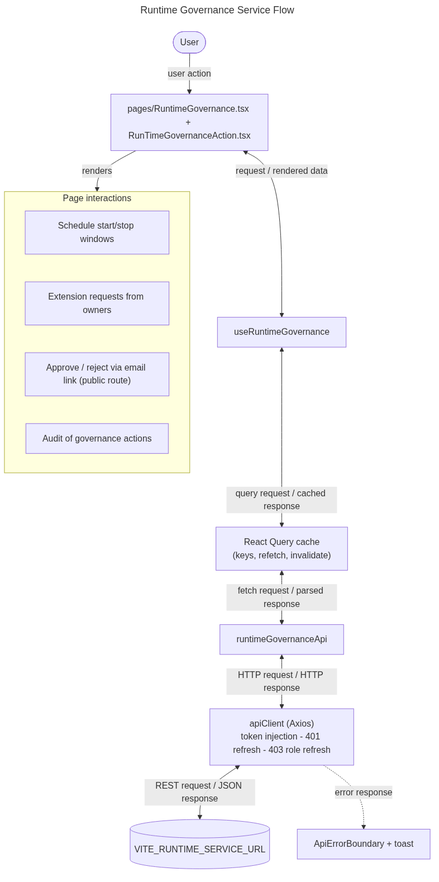
sayeeduddinofficial/user-table-view keeps this Mermaid diagram as docs/flowcharts/png/runtime-governance.png. Above is the earlier version. Its source is kept beside it as docs/flowcharts/runtime-governance.mmd. Source of this version:
```mermaid
---
title: Runtime Governance Service Flow
---
flowchart TD
  U([User]) -->|"user action"| P["pages/RuntimeGovernance.tsx + RunTimeGovernanceAction.tsx"]
  P <-->|"request / rendered data"| H["useRuntimeGovernance"]
  H <-->|"query request / cached response"| Q["React Query cache<br/>(keys, refetch, invalidate)"]
  Q <-->|"fetch request / parsed response"| A["runtimeGovernanceApi"]
  A <-->|"HTTP request / HTTP response"| C["apiClient (Axios)<br/>token injection - 401 refresh - 403 role refresh"]
  C <-->|"REST request / JSON response"| S[("VITE_RUNTIME_SERVICE_URL")]
  P -->|"renders"| UI
  subgraph UI[Page interactions]
    S0["Schedule start/stop windows"]
    S1["Extension requests from owners"]
    S2["Approve / reject via email link (public route)"]
    S3["Audit of governance actions"]
  end
  C -. "error response" .-> E["ApiErrorBoundary + toast"]
```
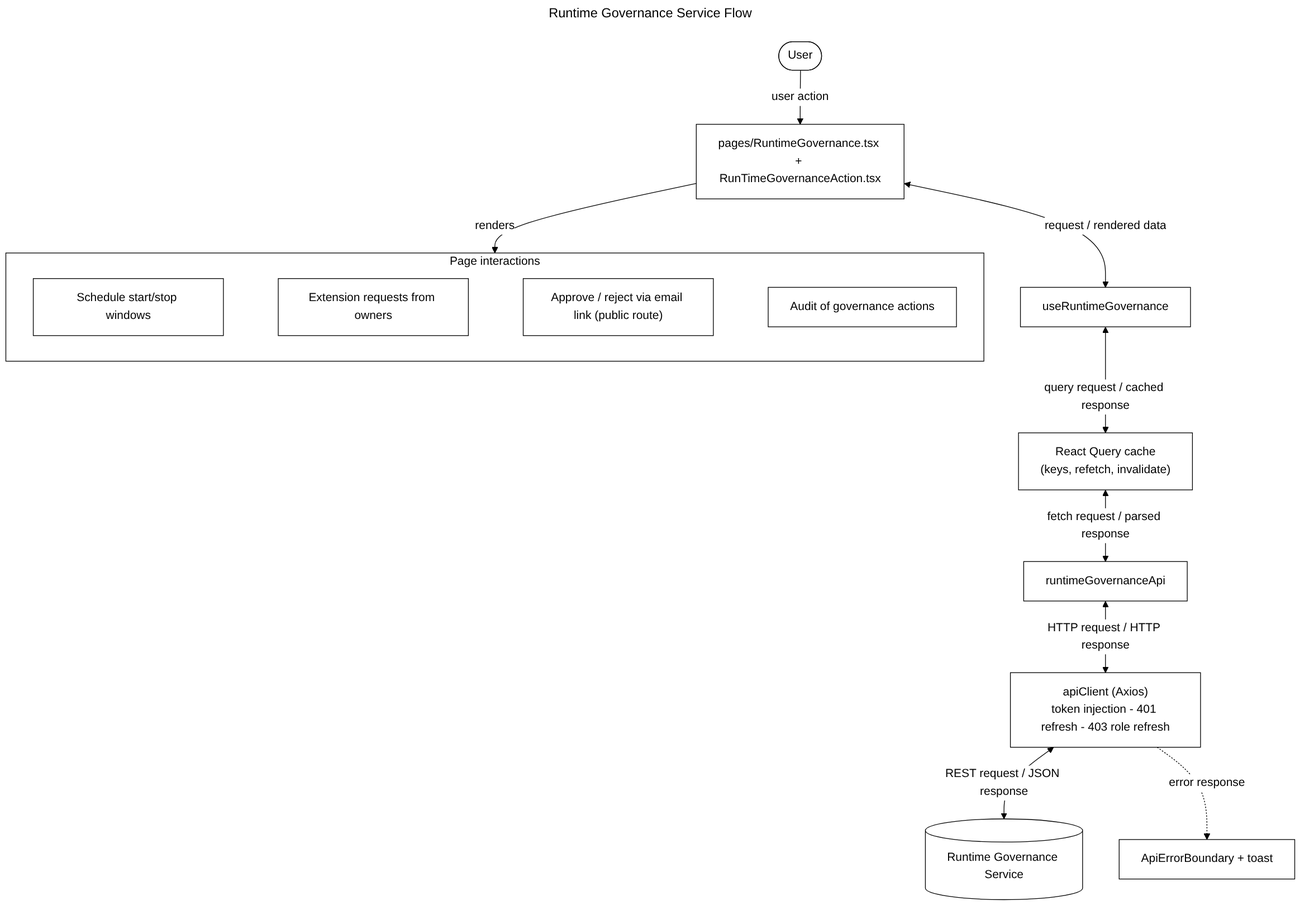
Later version of the same file.

Diff of the diagram source:
```diff
@@ -7,12 +7,14 @@
   H <-->|"query request / cached response"| Q["React Query cache<br/>(keys, refetch, invalidate)"]
   Q <-->|"fetch request / parsed response"| A["runtimeGovernanceApi"]
   A <-->|"HTTP request / HTTP response"| C["apiClient (Axios)<br/>token injection - 401 refresh - 403 role refresh"]
-  C <-->|"REST request / JSON response"| S[("VITE_RUNTIME_SERVICE_URL")]
+  C <-->|"REST request / JSON response"| S[("Runtime Governance Service")]
   P -->|"renders"| UI
   subgraph UI[Page interactions]
+    direction LR
     S0["Schedule start/stop windows"]
     S1["Extension requests from owners"]
     S2["Approve / reject via email link (public route)"]
     S3["Audit of governance actions"]
+    S0 ~~~ S1 ~~~ S2 ~~~ S3
   end
   C -. "error response" .-> E["ApiErrorBoundary + toast"]
```
